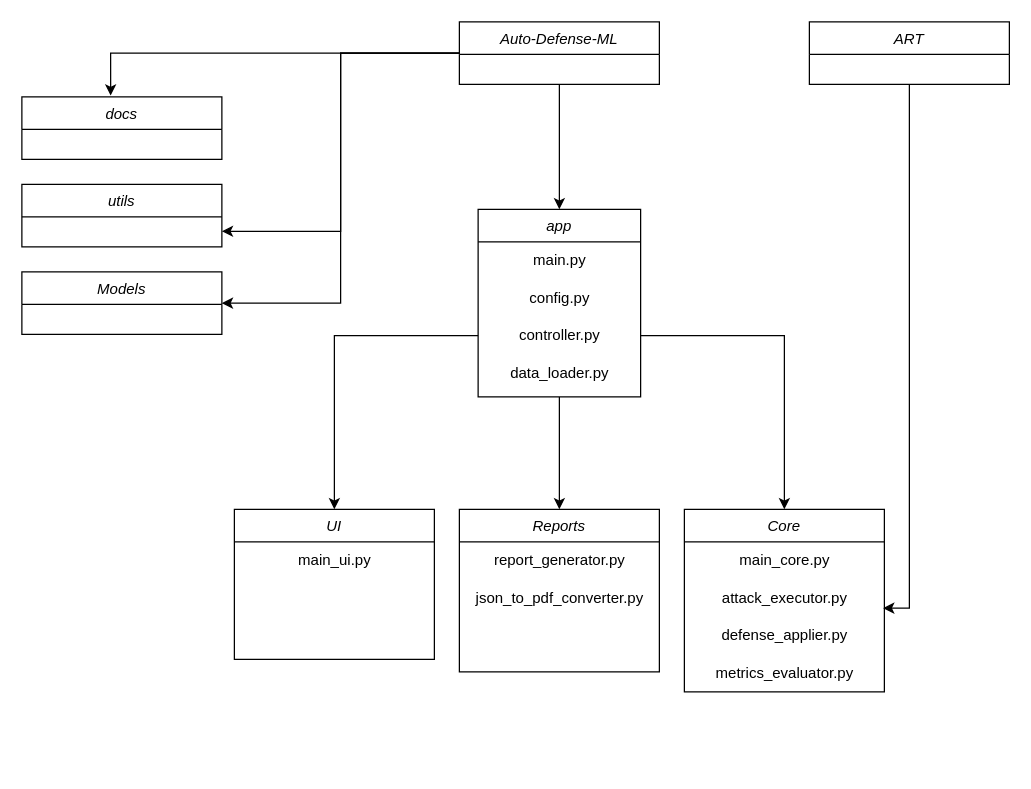
Above: docs/ProjectStructure.drawio in RonVol/Auto-Defense-ML (draw.io), before the change. Source tidied: cells renumbered, new cells numbered last; positions are measured from the earlier drawing's top-left corner, leaving out a move shared by most shapes. Both pictures are drawn from the tidied source at 125%, with x=0, y=0 at pixel (21, 21).
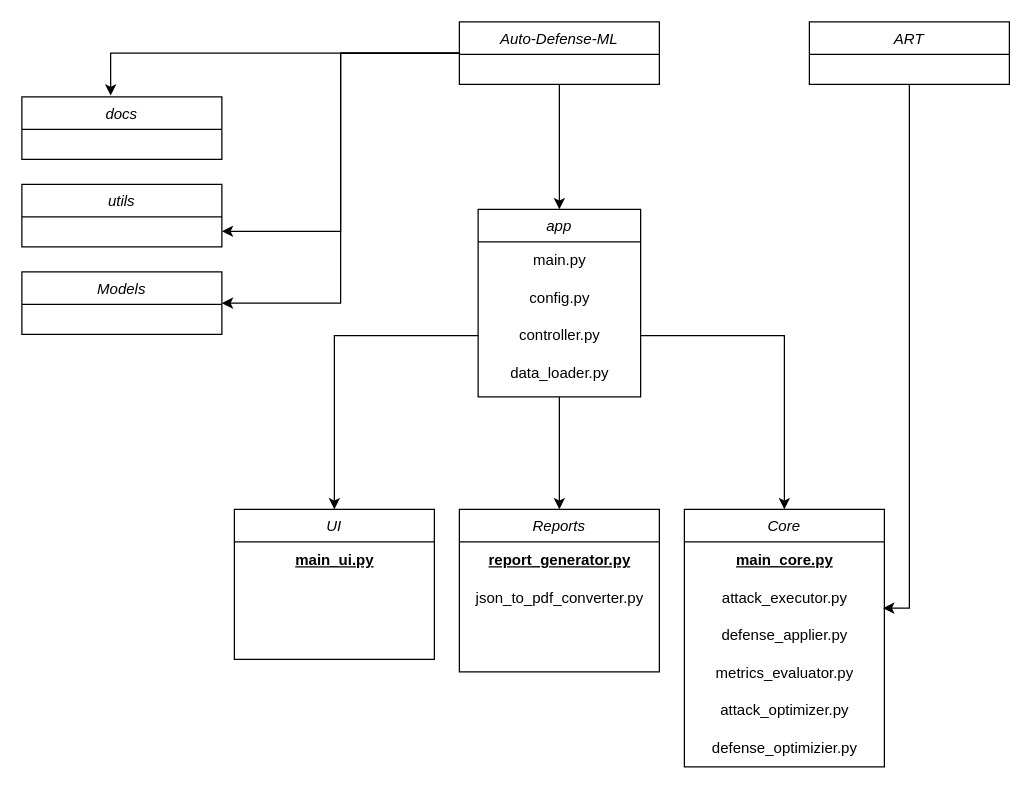
After the change.

Unchanged cells that the change refers to:
```xml
<mxCell id="21" value="Reports" style="swimlane;fontStyle=2;align=center;verticalAlign=top;horizontal=1;startSize=26;rounded=0;shadow=0;strokeWidth=1;" parent="1" vertex="1">
  <mxGeometry x="350" y="390" width="160" height="130" as="geometry" />
</mxCell>
<mxCell id="24" value="UI" style="swimlane;fontStyle=2;align=center;verticalAlign=top;horizontal=1;startSize=26;rounded=0;shadow=0;strokeWidth=1;" parent="1" vertex="1">
  <mxGeometry x="170" y="390" width="160" height="120" as="geometry" />
</mxCell>
```

What changed in the source:
```diff
@@
     <mxCell id="15" value="Core" style="swimlane;fontStyle=2;align=center;verticalAlign=top;horizontal=1;startSize=26;rounded=0;shadow=0;strokeWidth=1;" parent="1" vertex="1">
-      <mxGeometry x="530" y="390" width="160" height="146" as="geometry" />
+      <mxGeometry x="530" y="390" width="160" height="206" as="geometry" />
     </mxCell>
-    <mxCell id="16" value="main_core.py" style="text;html=1;align=center;verticalAlign=middle;strokeColor=none;fillColor=none;" parent="15" vertex="1">
+    <mxCell id="16" value="main_core.py" style="text;html=1;align=center;verticalAlign=middle;strokeColor=none;fillColor=none;fontStyle=5;" parent="15" vertex="1">
       <mxGeometry y="26" width="160" height="30" as="geometry" />
     </mxCell>
@@
+    <mxCell id="30" value="attack_optimizer.py" style="text;html=1;align=center;verticalAlign=middle;strokeColor=none;fillColor=none;" parent="15" vertex="1">
+      <mxGeometry y="146" width="160" height="30" as="geometry" />
+    </mxCell>
+    <mxCell id="31" value="defense_optimizier.py" style="text;html=1;align=center;verticalAlign=middle;strokeColor=none;fillColor=none;" parent="15" vertex="1">
+      <mxGeometry y="176" width="160" height="30" as="geometry" />
+    </mxCell>
@@
-    <mxCell id="22" value="report_generator.py" style="text;html=1;align=center;verticalAlign=middle;strokeColor=none;fillColor=none;" parent="21" vertex="1">
+    <mxCell id="22" value="report_generator.py" style="text;html=1;align=center;verticalAlign=middle;strokeColor=none;fillColor=none;fontStyle=5;" parent="21" vertex="1">
       <mxGeometry y="26" width="160" height="30" as="geometry" />
     </mxCell>
@@
-    <mxCell id="25" value="main_ui.py" style="text;html=1;align=center;verticalAlign=middle;strokeColor=none;fillColor=none;" parent="24" vertex="1">
+    <mxCell id="25" value="main_ui.py" style="text;html=1;align=center;verticalAlign=middle;strokeColor=none;fillColor=none;fontStyle=5;" parent="24" vertex="1">
       <mxGeometry y="26" width="160" height="30" as="geometry" />
     </mxCell>
```
